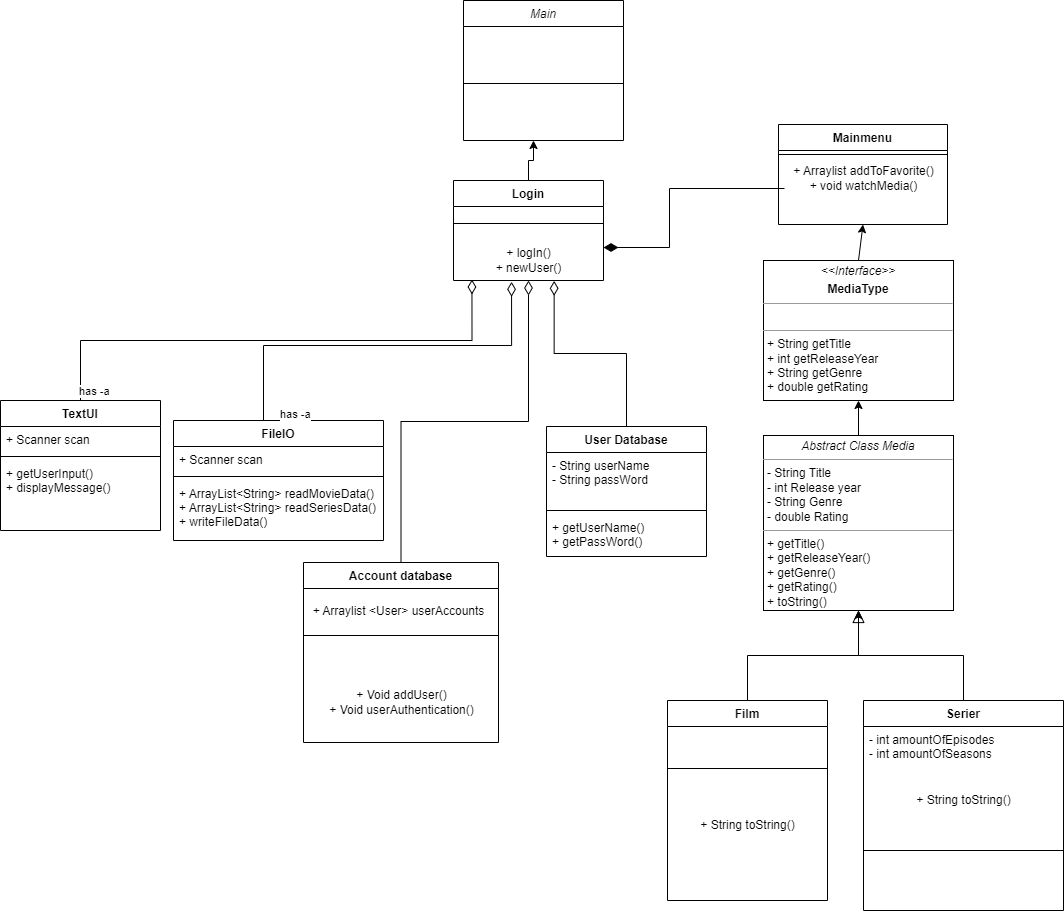
The draw.io diagram out/production/SP_3/Diagrams/Unavngivet diagram.drawio.png in havvand/SP_3, before a commit. Source tidied: cells renumbered, new cells last; positions are measured from the earlier drawing's top-left corner, leaving out a move shared by most shapes.
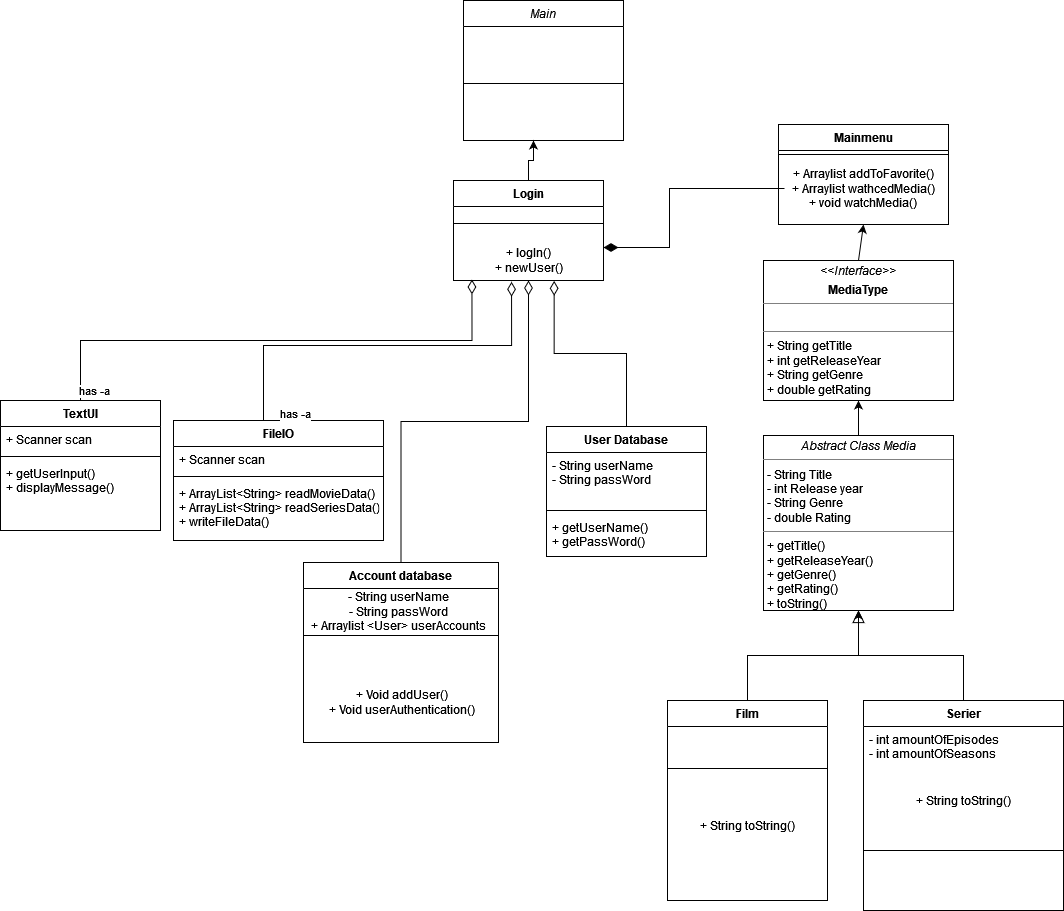
After the change.

The edit, as a diff of the source:
```diff
@@ -70,13 +70,13 @@
       </mxGeometry>
     </mxCell>
     <mxCell id="21" value="Mainmenu" style="swimlane;fontStyle=1;align=center;verticalAlign=top;horizontal=1;startSize=26;rounded=0;shadow=0;strokeWidth=1;" parent="1" vertex="1">
-      <mxGeometry x="778" y="124" width="169" height="100" as="geometry" />
+      <mxGeometry x="778" y="124" width="170" height="100" as="geometry" />
     </mxCell>
     <mxCell id="22" style="line;html=1;strokeWidth=1;align=left;verticalAlign=middle;spacingTop=-1;spacingLeft=3;spacingRight=3;labelPosition=right;" parent="21" vertex="1">
-      <mxGeometry y="26" width="169" height="8" as="geometry" />
+      <mxGeometry y="26" width="170" height="8" as="geometry" />
     </mxCell>
-    <mxCell id="23" value="&lt;div&gt;+ Arraylist addToFavorite()&lt;/div&gt;&lt;div&gt;+ void watchMedia()&lt;br&gt;&lt;/div&gt;" style="text;html=1;align=center;verticalAlign=middle;strokeColor=none;fillColor=none;" parent="21" vertex="1">
-      <mxGeometry y="34" width="169" height="40" as="geometry" />
+    <mxCell id="23" value="&lt;div&gt;+ Arraylist addToFavorite()&lt;/div&gt;&lt;div&gt;+ Arraylist wathcedMedia()&lt;br&gt;&lt;/div&gt;&lt;div&gt;+ void watchMedia()&lt;br&gt;&lt;/div&gt;" style="text;html=1;align=center;verticalAlign=middle;strokeColor=none;fillColor=none;" parent="21" vertex="1">
+      <mxGeometry y="34" width="170" height="60" as="geometry" />
     </mxCell>
     <mxCell id="24" value="TextUI" style="swimlane;fontStyle=1;align=center;verticalAlign=top;horizontal=1;startSize=26;" parent="1" vertex="1">
       <mxGeometry y="400" width="160" height="130" as="geometry" />
@@ -116,8 +116,8 @@
     <mxCell id="34" value="&lt;p style=&quot;margin:0px;margin-top:4px;text-align:center;&quot;&gt;&lt;i&gt;Abstract Class Media&lt;/i&gt;&lt;/p&gt;&lt;hr size=&quot;1&quot;&gt;&lt;p style=&quot;margin:0px;margin-left:4px;&quot;&gt;- String Title&lt;/p&gt;&lt;p style=&quot;margin:0px;margin-left:4px;&quot;&gt;- int Release year&lt;/p&gt;&lt;p style=&quot;margin:0px;margin-left:4px;&quot;&gt;- String Genre&lt;/p&gt;&lt;p style=&quot;margin:0px;margin-left:4px;&quot;&gt;- double Rating&lt;/p&gt;&lt;hr size=&quot;1&quot;&gt;&lt;p style=&quot;margin:0px;margin-left:4px;&quot;&gt;+ getTitle()&lt;br&gt;+ getReleaseYear()&lt;/p&gt;&lt;p style=&quot;margin:0px;margin-left:4px;&quot;&gt;+ getGenre()&lt;br&gt;&lt;/p&gt;&lt;p style=&quot;margin:0px;margin-left:4px;&quot;&gt;+ getRating()&lt;br&gt;&lt;/p&gt;&lt;p style=&quot;margin:0px;margin-left:4px;&quot;&gt;+ toString()&lt;br&gt;&lt;/p&gt;" style="verticalAlign=top;align=left;overflow=fill;fontSize=12;fontFamily=Helvetica;html=1;" parent="1" vertex="1">
       <mxGeometry x="763" y="435" width="190" height="175" as="geometry" />
     </mxCell>
-    <mxCell id="35" value="&lt;div&gt;&lt;span style=&quot;background-color: initial;&quot;&gt;+ Arraylist &amp;lt;User&amp;gt; userAccounts&lt;/span&gt;&lt;br&gt;&lt;/div&gt;" style="text;html=1;align=center;verticalAlign=middle;strokeColor=none;fillColor=none;" parent="1" vertex="1">
-      <mxGeometry x="298" y="596" width="200" height="30" as="geometry" />
+    <mxCell id="35" value="&lt;div&gt;- String userName&lt;/div&gt;&lt;div&gt;- String passWord&lt;/div&gt;&lt;div&gt;+ Arraylist &amp;lt;User&amp;gt; userAccounts&lt;/div&gt;" style="text;html=1;align=center;verticalAlign=middle;strokeColor=none;fillColor=none;" parent="1" vertex="1">
+      <mxGeometry x="298" y="581" width="200" height="60" as="geometry" />
     </mxCell>
     <mxCell id="36" value="&lt;p style=&quot;margin:0px;margin-top:4px;text-align:center;&quot;&gt;&lt;i&gt;&amp;lt;&amp;lt;Interface&amp;gt;&amp;gt;&lt;/i&gt;&lt;/p&gt;&lt;p style=&quot;margin:0px;margin-top:4px;text-align:center;&quot;&gt;&lt;b&gt;MediaType&lt;/b&gt;&lt;br&gt;&lt;/p&gt;&lt;hr size=&quot;1&quot;&gt;&lt;p style=&quot;margin:0px;margin-left:4px;&quot;&gt;&lt;br&gt;&lt;/p&gt;&lt;hr size=&quot;1&quot;&gt;&lt;p style=&quot;margin:0px;margin-left:4px;&quot;&gt;+ String getTitle&lt;/p&gt;&lt;p style=&quot;margin:0px;margin-left:4px;&quot;&gt;+ int getReleaseYear&lt;/p&gt;&lt;p style=&quot;margin:0px;margin-left:4px;&quot;&gt;+ String getGenre&lt;/p&gt;&lt;p style=&quot;margin:0px;margin-left:4px;&quot;&gt;+ double getRating&lt;br&gt;&lt;/p&gt;" style="verticalAlign=top;align=left;overflow=fill;fontSize=12;fontFamily=Helvetica;html=1;" parent="1" vertex="1">
       <mxGeometry x="763" y="260" width="190" height="140" as="geometry" />
```
